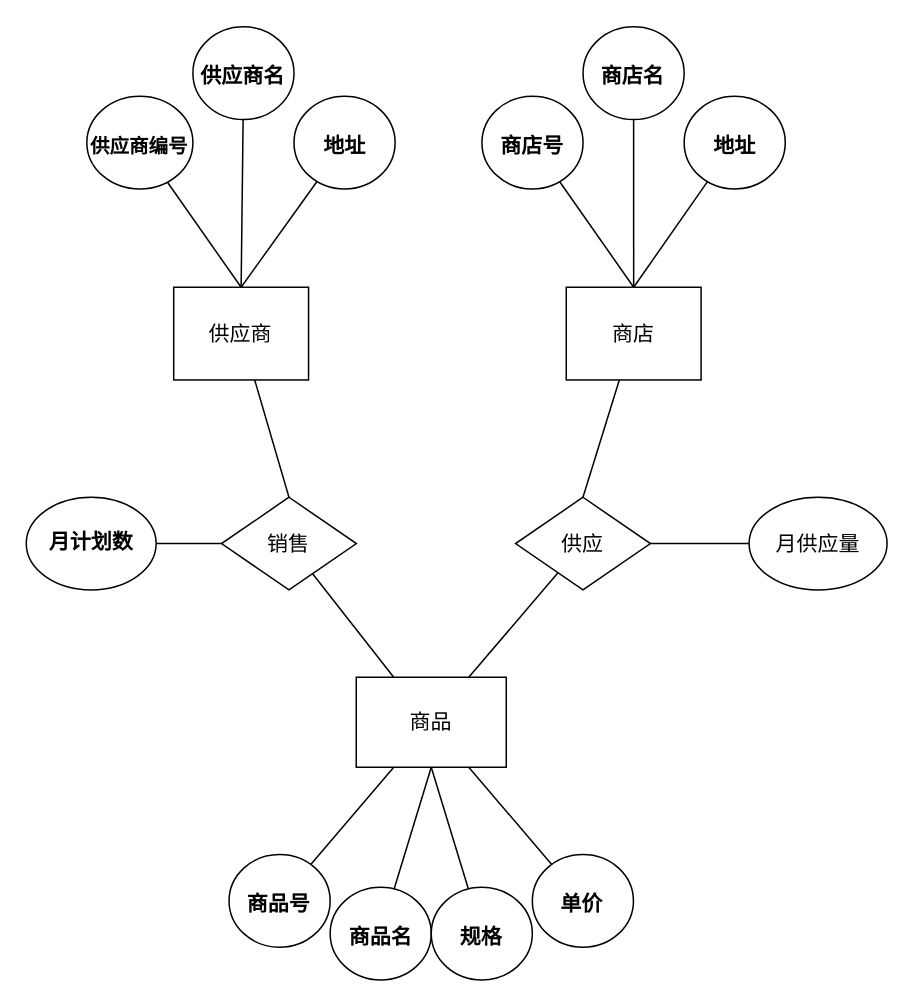
Above: markdown/DBS/work/mark2_3.dio in Chanshes/CSDB (draw.io), before the change. Source tidied: cells renumbered, new cells numbered last; positions are measured from the earlier drawing's top-left corner, leaving out a move shared by most shapes. Both pictures are drawn from the tidied source at 150%, with x=0, y=0 at pixel (26, 26).
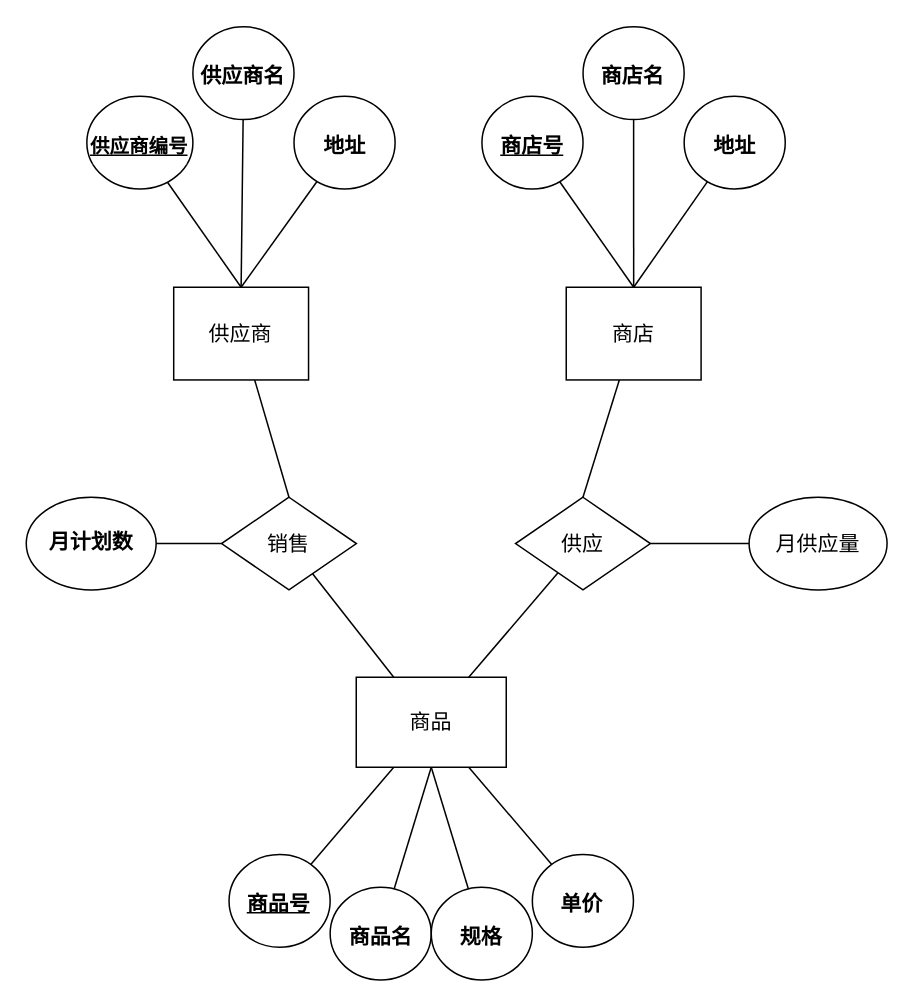
After the change.

Change to the diagram source:
```diff
@@
-    <mxCell id="8" value="&lt;h2 style=&quot;margin-top: 24px; margin-bottom: 16px; line-height: 1.25; padding-bottom: 0.3em; border-bottom: 1px solid rgba(255, 255, 255, 0.18); border-top-color: rgba(255, 255, 255, 0.18); border-right-color: rgba(255, 255, 255, 0.18); border-left-color: rgba(255, 255, 255, 0.18); position: relative; font-family: -apple-system, BlinkMacSystemFont, &amp;quot;Segoe WPC&amp;quot;, &amp;quot;Segoe UI&amp;quot;, system-ui, Ubuntu, &amp;quot;Droid Sans&amp;quot;, sans-serif; text-align: start; font-size: 14px;&quot; id=&quot;3%E8%AE%BE%E6%9F%90%E5%95%86%E4%B8%9A%E9%9B%86%E5%9B%A2%E6%95%B0%E6%8D%AE%E5%BA%93%E6%9C%89%E4%B8%89%E4%B8%AA%E5%AE%9E%E4%BD%93%E9%9B%86%E4%B8%80%E6%98%AF%E5%95%86%E5%93%81%E5%AE%9E%E4%BD%93%E9%9B%86%E5%B1%9E%E6%80%A7%E6%9C%89%E5%95%86%E5%93%81%E5%8F%B7%E5%95%86%E5%93%81%E5%90%8D%E8%A7%84%E6%A0%BC%E5%8D%95%E4%BB%B7%E7%AD%89%E4%BA%8C%E6%98%AF%E5%95%86%E5%BA%97%E5%AE%9E%E4%BD%93%E9%9B%86%E5%B1%9E%E6%80%A7%E6%9C%89%E5%95%86%E5%BA%97%E5%8F%B7%E5%95%86%E5%BA%97%E5%90%8D%E5%9C%B0%E5%9D%80%E7%AD%89%E4%B8%89%E6%98%AF%E4%BE%9B%E5%BA%94%E5%95%86%E5%AE%9E%E4%BD%93%E9%9B%86%E5%B1%9E%E6%80%A7%E6%9C%89%E4%BE%9B%E5%BA%94%E5%95%86%E7%BC%96%E5%8F%B7%E4%BE%9B%E5%BA%94%E5%95%86%E5%90%8D%E5%9C%B0%E5%9D%80%E7%AD%89&quot; dir=&quot;auto&quot; class=&quot;code-line&quot;&gt;商品号&lt;/h2&gt;" style="ellipse;whiteSpace=wrap;html=1;fontSize=14;labelBackgroundColor=none;labelBorderColor=none;fontColor=default;" parent="1" vertex="1">
+    <mxCell id="8" value="&lt;h2 style=&quot;margin-top: 24px; margin-bottom: 16px; line-height: 1.25; padding-bottom: 0.3em; border-bottom: 1px solid rgba(255, 255, 255, 0.18); border-top-color: rgba(255, 255, 255, 0.18); border-right-color: rgba(255, 255, 255, 0.18); border-left-color: rgba(255, 255, 255, 0.18); position: relative; font-family: -apple-system, BlinkMacSystemFont, &amp;quot;Segoe WPC&amp;quot;, &amp;quot;Segoe UI&amp;quot;, system-ui, Ubuntu, &amp;quot;Droid Sans&amp;quot;, sans-serif; text-align: start; font-size: 14px;&quot; id=&quot;3%E8%AE%BE%E6%9F%90%E5%95%86%E4%B8%9A%E9%9B%86%E5%9B%A2%E6%95%B0%E6%8D%AE%E5%BA%93%E6%9C%89%E4%B8%89%E4%B8%AA%E5%AE%9E%E4%BD%93%E9%9B%86%E4%B8%80%E6%98%AF%E5%95%86%E5%93%81%E5%AE%9E%E4%BD%93%E9%9B%86%E5%B1%9E%E6%80%A7%E6%9C%89%E5%95%86%E5%93%81%E5%8F%B7%E5%95%86%E5%93%81%E5%90%8D%E8%A7%84%E6%A0%BC%E5%8D%95%E4%BB%B7%E7%AD%89%E4%BA%8C%E6%98%AF%E5%95%86%E5%BA%97%E5%AE%9E%E4%BD%93%E9%9B%86%E5%B1%9E%E6%80%A7%E6%9C%89%E5%95%86%E5%BA%97%E5%8F%B7%E5%95%86%E5%BA%97%E5%90%8D%E5%9C%B0%E5%9D%80%E7%AD%89%E4%B8%89%E6%98%AF%E4%BE%9B%E5%BA%94%E5%95%86%E5%AE%9E%E4%BD%93%E9%9B%86%E5%B1%9E%E6%80%A7%E6%9C%89%E4%BE%9B%E5%BA%94%E5%95%86%E7%BC%96%E5%8F%B7%E4%BE%9B%E5%BA%94%E5%95%86%E5%90%8D%E5%9C%B0%E5%9D%80%E7%AD%89&quot; dir=&quot;auto&quot; class=&quot;code-line&quot;&gt;&lt;u&gt;商品号&lt;/u&gt;&lt;/h2&gt;" style="ellipse;whiteSpace=wrap;html=1;fontSize=14;labelBackgroundColor=none;labelBorderColor=none;fontColor=default;" parent="1" vertex="1">
       <mxGeometry x="135.2" y="552.2" width="67.4" height="61.8" as="geometry" />
     </mxCell>
@@
-    <mxCell id="18" value="&lt;h2 style=&quot;margin-top: 24px; margin-bottom: 16px; line-height: 1.25; padding-bottom: 0.3em; border-bottom: 1px solid rgba(255, 255, 255, 0.18); border-top-color: rgba(255, 255, 255, 0.18); border-right-color: rgba(255, 255, 255, 0.18); border-left-color: rgba(255, 255, 255, 0.18); position: relative; font-family: -apple-system, BlinkMacSystemFont, &amp;quot;Segoe WPC&amp;quot;, &amp;quot;Segoe UI&amp;quot;, system-ui, Ubuntu, &amp;quot;Droid Sans&amp;quot;, sans-serif; text-align: start; font-size: 14px;&quot; id=&quot;3%E8%AE%BE%E6%9F%90%E5%95%86%E4%B8%9A%E9%9B%86%E5%9B%A2%E6%95%B0%E6%8D%AE%E5%BA%93%E6%9C%89%E4%B8%89%E4%B8%AA%E5%AE%9E%E4%BD%93%E9%9B%86%E4%B8%80%E6%98%AF%E5%95%86%E5%93%81%E5%AE%9E%E4%BD%93%E9%9B%86%E5%B1%9E%E6%80%A7%E6%9C%89%E5%95%86%E5%93%81%E5%8F%B7%E5%95%86%E5%93%81%E5%90%8D%E8%A7%84%E6%A0%BC%E5%8D%95%E4%BB%B7%E7%AD%89%E4%BA%8C%E6%98%AF%E5%95%86%E5%BA%97%E5%AE%9E%E4%BD%93%E9%9B%86%E5%B1%9E%E6%80%A7%E6%9C%89%E5%95%86%E5%BA%97%E5%8F%B7%E5%95%86%E5%BA%97%E5%90%8D%E5%9C%B0%E5%9D%80%E7%AD%89%E4%B8%89%E6%98%AF%E4%BE%9B%E5%BA%94%E5%95%86%E5%AE%9E%E4%BD%93%E9%9B%86%E5%B1%9E%E6%80%A7%E6%9C%89%E4%BE%9B%E5%BA%94%E5%95%86%E7%BC%96%E5%8F%B7%E4%BE%9B%E5%BA%94%E5%95%86%E5%90%8D%E5%9C%B0%E5%9D%80%E7%AD%89&quot; dir=&quot;auto&quot; class=&quot;code-line&quot;&gt;商店号&lt;/h2&gt;" style="ellipse;whiteSpace=wrap;html=1;fontSize=14;labelBackgroundColor=none;labelBorderColor=none;fontColor=default;" parent="1" vertex="1">
+    <mxCell id="18" value="&lt;h2 style=&quot;margin-top: 24px; margin-bottom: 16px; line-height: 1.25; padding-bottom: 0.3em; border-bottom: 1px solid rgba(255, 255, 255, 0.18); border-top-color: rgba(255, 255, 255, 0.18); border-right-color: rgba(255, 255, 255, 0.18); border-left-color: rgba(255, 255, 255, 0.18); position: relative; font-family: -apple-system, BlinkMacSystemFont, &amp;quot;Segoe WPC&amp;quot;, &amp;quot;Segoe UI&amp;quot;, system-ui, Ubuntu, &amp;quot;Droid Sans&amp;quot;, sans-serif; text-align: start; font-size: 14px;&quot; id=&quot;3%E8%AE%BE%E6%9F%90%E5%95%86%E4%B8%9A%E9%9B%86%E5%9B%A2%E6%95%B0%E6%8D%AE%E5%BA%93%E6%9C%89%E4%B8%89%E4%B8%AA%E5%AE%9E%E4%BD%93%E9%9B%86%E4%B8%80%E6%98%AF%E5%95%86%E5%93%81%E5%AE%9E%E4%BD%93%E9%9B%86%E5%B1%9E%E6%80%A7%E6%9C%89%E5%95%86%E5%93%81%E5%8F%B7%E5%95%86%E5%93%81%E5%90%8D%E8%A7%84%E6%A0%BC%E5%8D%95%E4%BB%B7%E7%AD%89%E4%BA%8C%E6%98%AF%E5%95%86%E5%BA%97%E5%AE%9E%E4%BD%93%E9%9B%86%E5%B1%9E%E6%80%A7%E6%9C%89%E5%95%86%E5%BA%97%E5%8F%B7%E5%95%86%E5%BA%97%E5%90%8D%E5%9C%B0%E5%9D%80%E7%AD%89%E4%B8%89%E6%98%AF%E4%BE%9B%E5%BA%94%E5%95%86%E5%AE%9E%E4%BD%93%E9%9B%86%E5%B1%9E%E6%80%A7%E6%9C%89%E4%BE%9B%E5%BA%94%E5%95%86%E7%BC%96%E5%8F%B7%E4%BE%9B%E5%BA%94%E5%95%86%E5%90%8D%E5%9C%B0%E5%9D%80%E7%AD%89&quot; dir=&quot;auto&quot; class=&quot;code-line&quot;&gt;&lt;u&gt;商店号&lt;/u&gt;&lt;/h2&gt;" style="ellipse;whiteSpace=wrap;html=1;fontSize=14;labelBackgroundColor=none;labelBorderColor=none;fontColor=default;" parent="1" vertex="1">
       <mxGeometry x="303.8" y="46.7" width="67.4" height="61.8" as="geometry" />
     </mxCell>
@@
-    <mxCell id="26" value="&lt;h2 style=&quot;margin-top: 24px; margin-bottom: 16px; line-height: 1.25; padding-bottom: 0.3em; border-bottom: 1px solid rgba(255, 255, 255, 0.18); border-top-color: rgba(255, 255, 255, 0.18); border-right-color: rgba(255, 255, 255, 0.18); border-left-color: rgba(255, 255, 255, 0.18); position: relative; font-family: -apple-system, BlinkMacSystemFont, &amp;quot;Segoe WPC&amp;quot;, &amp;quot;Segoe UI&amp;quot;, system-ui, Ubuntu, &amp;quot;Droid Sans&amp;quot;, sans-serif; text-align: start; font-size: 13px;&quot; id=&quot;3%E8%AE%BE%E6%9F%90%E5%95%86%E4%B8%9A%E9%9B%86%E5%9B%A2%E6%95%B0%E6%8D%AE%E5%BA%93%E6%9C%89%E4%B8%89%E4%B8%AA%E5%AE%9E%E4%BD%93%E9%9B%86%E4%B8%80%E6%98%AF%E5%95%86%E5%93%81%E5%AE%9E%E4%BD%93%E9%9B%86%E5%B1%9E%E6%80%A7%E6%9C%89%E5%95%86%E5%93%81%E5%8F%B7%E5%95%86%E5%93%81%E5%90%8D%E8%A7%84%E6%A0%BC%E5%8D%95%E4%BB%B7%E7%AD%89%E4%BA%8C%E6%98%AF%E5%95%86%E5%BA%97%E5%AE%9E%E4%BD%93%E9%9B%86%E5%B1%9E%E6%80%A7%E6%9C%89%E5%95%86%E5%BA%97%E5%8F%B7%E5%95%86%E5%BA%97%E5%90%8D%E5%9C%B0%E5%9D%80%E7%AD%89%E4%B8%89%E6%98%AF%E4%BE%9B%E5%BA%94%E5%95%86%E5%AE%9E%E4%BD%93%E9%9B%86%E5%B1%9E%E6%80%A7%E6%9C%89%E4%BE%9B%E5%BA%94%E5%95%86%E7%BC%96%E5%8F%B7%E4%BE%9B%E5%BA%94%E5%95%86%E5%90%8D%E5%9C%B0%E5%9D%80%E7%AD%89&quot; dir=&quot;auto&quot; class=&quot;code-line&quot;&gt;&lt;span style=&quot;&quot;&gt;供应商编号&lt;/span&gt;&lt;/h2&gt;" style="ellipse;whiteSpace=wrap;html=1;fontSize=13;labelBackgroundColor=none;labelBorderColor=none;fontColor=default;" parent="1" vertex="1">
+    <mxCell id="26" value="&lt;h2 style=&quot;margin-top: 24px; margin-bottom: 16px; line-height: 1.25; padding-bottom: 0.3em; border-bottom: 1px solid rgba(255, 255, 255, 0.18); border-top-color: rgba(255, 255, 255, 0.18); border-right-color: rgba(255, 255, 255, 0.18); border-left-color: rgba(255, 255, 255, 0.18); position: relative; font-family: -apple-system, BlinkMacSystemFont, &amp;quot;Segoe WPC&amp;quot;, &amp;quot;Segoe UI&amp;quot;, system-ui, Ubuntu, &amp;quot;Droid Sans&amp;quot;, sans-serif; text-align: start; font-size: 13px;&quot; id=&quot;3%E8%AE%BE%E6%9F%90%E5%95%86%E4%B8%9A%E9%9B%86%E5%9B%A2%E6%95%B0%E6%8D%AE%E5%BA%93%E6%9C%89%E4%B8%89%E4%B8%AA%E5%AE%9E%E4%BD%93%E9%9B%86%E4%B8%80%E6%98%AF%E5%95%86%E5%93%81%E5%AE%9E%E4%BD%93%E9%9B%86%E5%B1%9E%E6%80%A7%E6%9C%89%E5%95%86%E5%93%81%E5%8F%B7%E5%95%86%E5%93%81%E5%90%8D%E8%A7%84%E6%A0%BC%E5%8D%95%E4%BB%B7%E7%AD%89%E4%BA%8C%E6%98%AF%E5%95%86%E5%BA%97%E5%AE%9E%E4%BD%93%E9%9B%86%E5%B1%9E%E6%80%A7%E6%9C%89%E5%95%86%E5%BA%97%E5%8F%B7%E5%95%86%E5%BA%97%E5%90%8D%E5%9C%B0%E5%9D%80%E7%AD%89%E4%B8%89%E6%98%AF%E4%BE%9B%E5%BA%94%E5%95%86%E5%AE%9E%E4%BD%93%E9%9B%86%E5%B1%9E%E6%80%A7%E6%9C%89%E4%BE%9B%E5%BA%94%E5%95%86%E7%BC%96%E5%8F%B7%E4%BE%9B%E5%BA%94%E5%95%86%E5%90%8D%E5%9C%B0%E5%9D%80%E7%AD%89&quot; dir=&quot;auto&quot; class=&quot;code-line&quot;&gt;&lt;span style=&quot;&quot;&gt;&lt;u&gt;供应商编号&lt;/u&gt;&lt;/span&gt;&lt;/h2&gt;" style="ellipse;whiteSpace=wrap;html=1;fontSize=13;labelBackgroundColor=none;labelBorderColor=none;fontColor=default;" parent="1" vertex="1">
       <mxGeometry x="40.4" y="46.7" width="70.7" height="61.8" as="geometry" />
     </mxCell>
```
